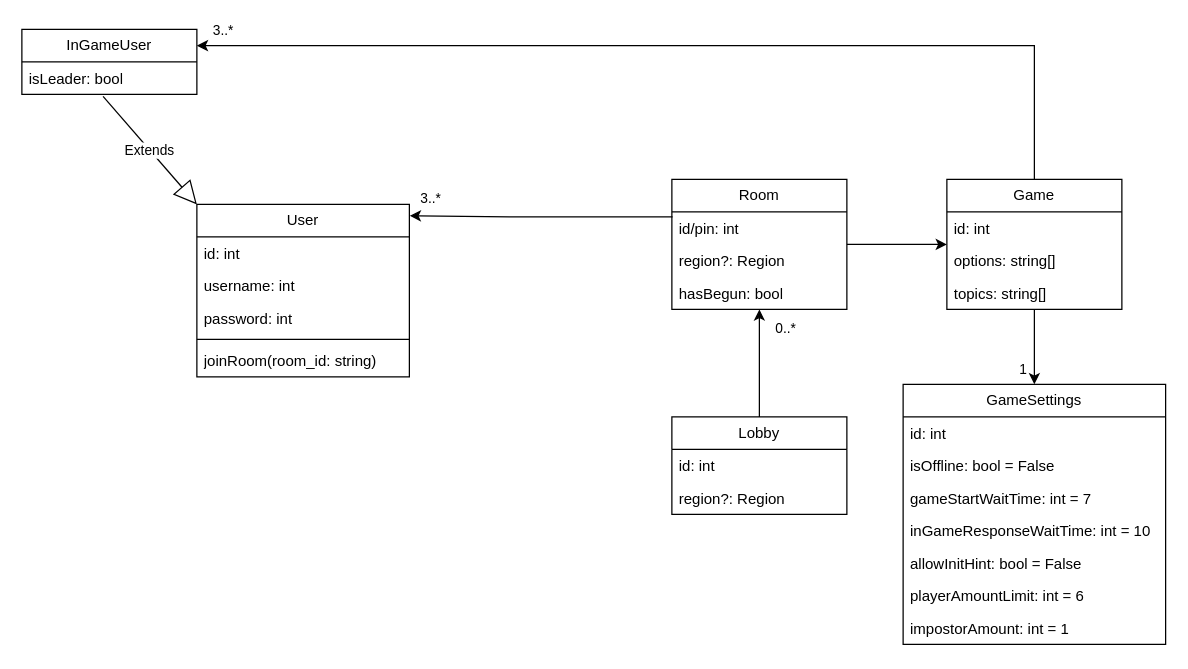
This is page "UML" (1 of 2) of proj.drawio from TarinPairor/draw.io, a draw.io file, before an edit. Source tidied: cells renumbered, new cells numbered last; positions are measured from the earlier drawing's top-left corner, leaving out a move shared by most shapes. Both pictures are drawn from the tidied source at 125%, with x=0, y=0 at pixel (21, 29).
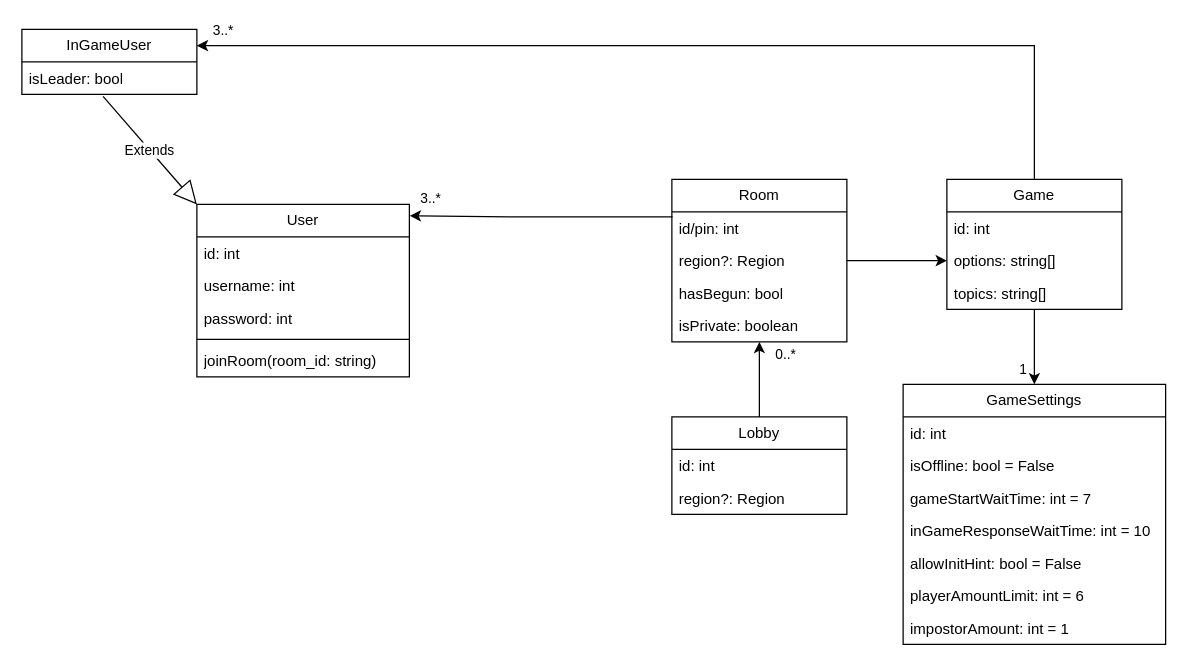
The same page after the edit.

Unchanged cells that the change refers to:
```xml
<mxCell id="24" value="Game" style="swimlane;fontStyle=0;horizontal=1;startSize=26;fillColor=none;whiteSpace=wrap;html=1;" parent="1" vertex="1">
  <mxGeometry x="740" y="120" width="140" height="104" as="geometry" />
</mxCell>
```

The edit, as a diff of the source:
```diff
@@
     <mxCell id="8" style="edgeStyle=orthogonalEdgeStyle;rounded=0;jettySize=auto;html=1;" parent="1" edge="1" source="9" target="24">
-      <mxGeometry relative="1" as="geometry" />
+      <mxGeometry relative="1" as="geometry">
+        <Array as="points">
+          <mxPoint x="720" y="185" />
+          <mxPoint x="720" y="185" />
+        </Array>
+      </mxGeometry>
     </mxCell>
     <mxCell id="9" value="Room" style="swimlane;fontStyle=0;horizontal=1;startSize=26;fillColor=none;whiteSpace=wrap;html=1;" parent="1" vertex="1">
-      <mxGeometry x="520" y="120" width="140" height="104" as="geometry" />
+      <mxGeometry x="520" y="120" width="140" height="130" as="geometry" />
     </mxCell>
@@
+    <mxCell id="39" value="isPrivate: boolean" style="text;strokeColor=none;fillColor=none;align=left;verticalAlign=top;spacingLeft=4;spacingRight=4;overflow=hidden;whiteSpace=wrap;html=1;" parent="9" vertex="1">
+      <mxGeometry y="104" width="140" height="26" as="geometry" />
+    </mxCell>
```
